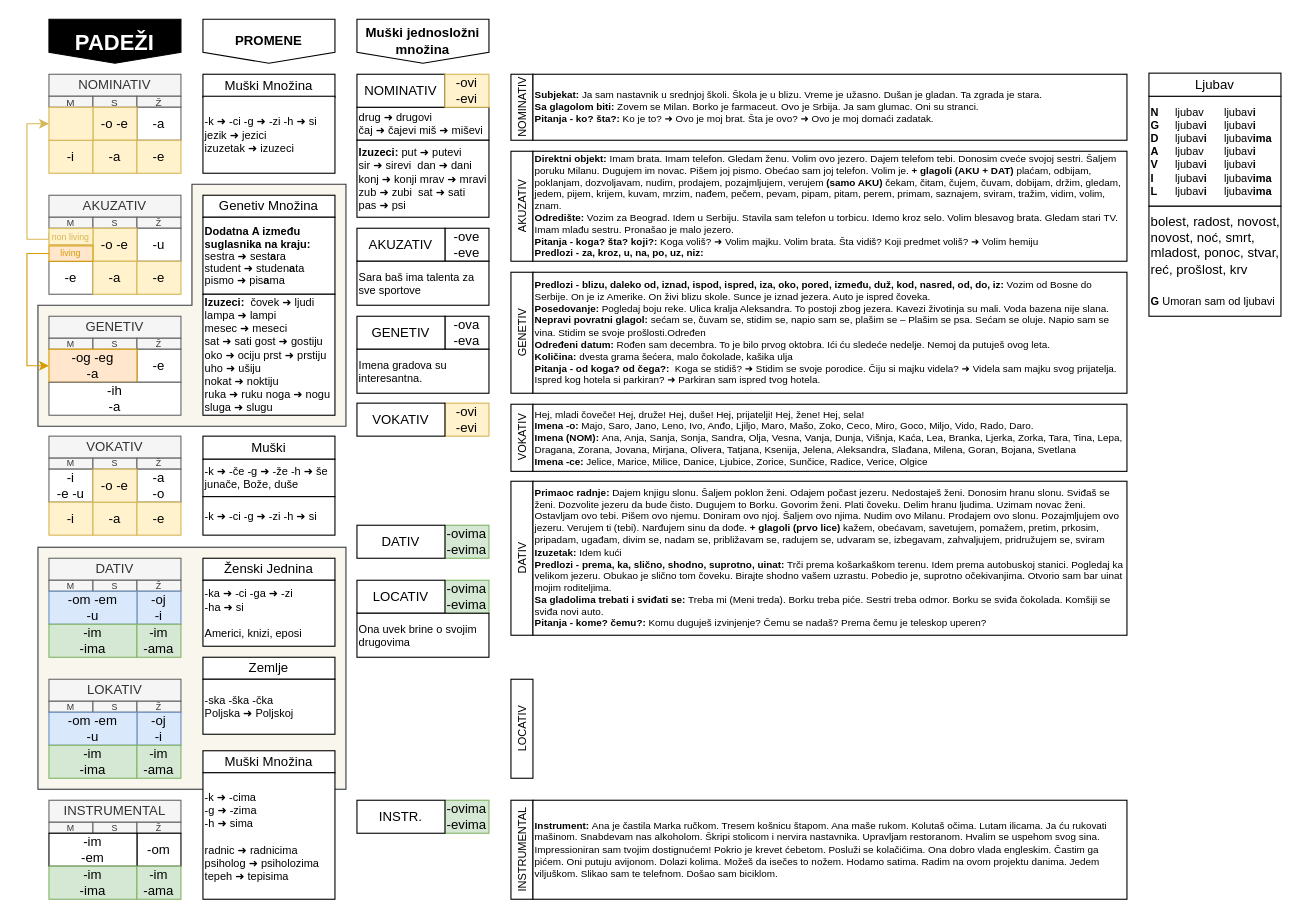
This is padezi.drawio from vlandivir/srpski, a draw.io file, before an edit. Source tidied: cells renumbered, new cells numbered last; positions are measured from the earlier drawing's top-left corner, leaving out a move shared by most shapes. Both pictures are drawn from the tidied source at 110%, with x=0, y=0 at pixel (26, 19).
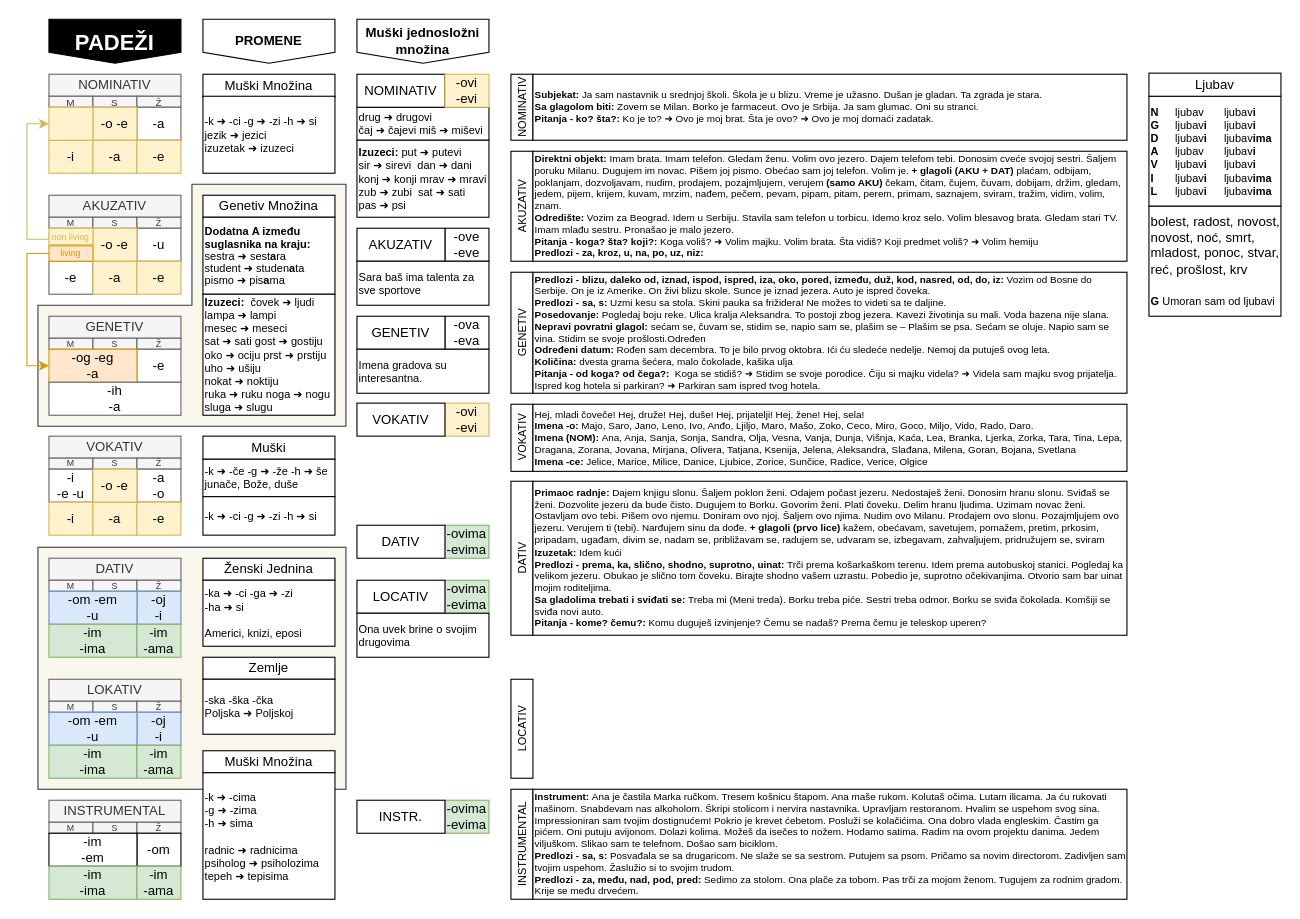
Above is the later version.

The edit, as a diff of the source:
```diff
@@
     <mxCell id="101" value="INSTRUMENTAL" style="rounded=0;whiteSpace=wrap;html=1;fontSize=10;horizontal=0;" parent="1" vertex="1">
-      <mxGeometry x="440" y="710" width="20" height="90" as="geometry" />
+      <mxGeometry x="440" y="700" width="20" height="100" as="geometry" />
     </mxCell>
@@
-    <mxCell id="106" value="&lt;b style=&quot;font-size: 9px;&quot;&gt;Predlozi -&amp;nbsp;&lt;/b&gt;&lt;b&gt;blizu, daleko od, iznad, ispod, ispred, iza, oko, pored, između, duž, kod, nasred, od, do, iz:&lt;/b&gt;&amp;nbsp;Vozim od Bosne do Serbije. On je iz Amerike. On živi blizu skole. Sunce je iznad jezera. Auto je ispred čoveka.&amp;nbsp;&lt;br style=&quot;font-size: 9px;&quot;&gt;&lt;b style=&quot;font-size: 9px;&quot;&gt;Posedovanje: &lt;/b&gt;Pogledaj boju reke. Ulica kralja Aleksandra. To postoji zbog jezera. Kavezi životinja su mali. Voda bazena nije slana.&lt;br style=&quot;font-size: 9px;&quot;&gt;&lt;b style=&quot;font-size: 9px;&quot;&gt;Nepravi povratni glagol: &lt;/b&gt;sećam se, čuvam se, stidim se, napio sam se, plašim se – Plašim se psa. Sećam se oluje. Napio sam se vina. Stidim se svoje prošlosti.Određen&lt;br style=&quot;font-size: 9px;&quot;&gt;&lt;b style=&quot;font-size: 9px;&quot;&gt;Određeni&lt;/b&gt;&amp;nbsp;&lt;b style=&quot;font-size: 9px;&quot;&gt;datum: &lt;/b&gt;Ro&lt;span style=&quot;border-color: var(--border-color); font-size: 9px;&quot;&gt;đen sam decembra. To je bilo prvog oktobra. Ići ću sledeće nedelje. Nemoj da putuješ ovog leta.&lt;br style=&quot;font-size: 9px;&quot;&gt;&lt;/span&gt;&lt;b style=&quot;font-size: 9px;&quot;&gt;Količina:&lt;/b&gt; dvesta grama šećera, malo čokolade, kašika ulja&lt;br style=&quot;font-size: 9px;&quot;&gt;&lt;b style=&quot;font-size: 9px;&quot;&gt;Pitanja - od koga? od čega?:&amp;nbsp; &lt;/b&gt;Koga se stidiš? ➜ Stidim se svoje porodice. Čiju si majku videla? ➜ Videla sam majku svog prijatelja. Ispred kog hotela si parkiran? ➜ Parkiran sam ispred tvog hotela." style="rounded=0;whiteSpace=wrap;html=1;align=left;fontSize=9;" parent="1" vertex="1">
+    <mxCell id="106" value="&lt;b style=&quot;font-size: 9px;&quot;&gt;Predlozi -&amp;nbsp;&lt;/b&gt;&lt;b&gt;blizu, daleko od, iznad, ispod, ispred, iza, oko, pored, između, duž, kod, nasred, od, do, iz:&lt;/b&gt;&amp;nbsp;Vozim od Bosne do Serbije. On je iz Amerike. On živi blizu skole. Sunce je iznad jezera. Auto je ispred čoveka.&amp;nbsp;&lt;br&gt;&lt;b style=&quot;border-color: var(--border-color);&quot;&gt;Predlozi - sa, s: &lt;/b&gt;&lt;span style=&quot;border-color: var(--border-color);&quot;&gt;Uzmi kesu sa stola. Skini pauka sa frižidera! Ne možes to videti sa te daljine.&lt;/span&gt;&lt;b style=&quot;border-color: var(--border-color);&quot;&gt;&amp;nbsp;&lt;/b&gt;&lt;br style=&quot;font-size: 9px;&quot;&gt;&lt;b style=&quot;font-size: 9px;&quot;&gt;Posedovanje: &lt;/b&gt;Pogledaj boju reke. Ulica kralja Aleksandra. To postoji zbog jezera. Kavezi životinja su mali. Voda bazena nije slana.&lt;br style=&quot;font-size: 9px;&quot;&gt;&lt;b style=&quot;font-size: 9px;&quot;&gt;Nepravi povratni glagol: &lt;/b&gt;sećam se, čuvam se, stidim se, napio sam se, plašim se – Plašim se psa. Sećam se oluje. Napio sam se vina. Stidim se svoje prošlosti.Određen&lt;br style=&quot;font-size: 9px;&quot;&gt;&lt;b style=&quot;font-size: 9px;&quot;&gt;Određeni&lt;/b&gt;&amp;nbsp;&lt;b style=&quot;font-size: 9px;&quot;&gt;datum: &lt;/b&gt;Ro&lt;span style=&quot;border-color: var(--border-color); font-size: 9px;&quot;&gt;đen sam decembra. To je bilo prvog oktobra. Ići ću sledeće nedelje. Nemoj da putuješ ovog leta.&lt;br style=&quot;font-size: 9px;&quot;&gt;&lt;/span&gt;&lt;b style=&quot;font-size: 9px;&quot;&gt;Količina:&lt;/b&gt; dvesta grama šećera, malo čokolade, kašika ulja&lt;br style=&quot;font-size: 9px;&quot;&gt;&lt;b style=&quot;font-size: 9px;&quot;&gt;Pitanja - od koga? od čega?:&amp;nbsp; &lt;/b&gt;Koga se stidiš? ➜ Stidim se svoje porodice. Čiju si majku videla? ➜ Videla sam majku svog prijatelja. Ispred kog hotela si parkiran? ➜ Parkiran sam ispred tvog hotela." style="rounded=0;whiteSpace=wrap;html=1;align=left;fontSize=9;" parent="1" vertex="1">
       <mxGeometry x="460" y="230" width="540" height="110" as="geometry" />
     </mxCell>
@@
-    <mxCell id="119" value="&lt;b&gt;Instrument: &lt;/b&gt;Ana je častila Marka ručkom. Tresem košnicu štapom. Ana maše rukom. Kolutaš očima. Lutam ilicama. Ja ću rukovati mašinom. Snabdevam nas alkoholom. Škripi stolicom i nervira nastavnika. Upravljam restoranom. Hvalim se uspehom svog sina. Impressioniran sam tvojim dostignućem! Pokrio je krevet ćebetom. Posluži se kolačićima. Ona dobro vlada engleskim. Častim ga pićem. Oni putuju avijonom. Dolazi kolima. Možeš da isečes to nožem. Hodamo satima. Radim na ovom projektu danima. Jedem viljuškom. Slikao sam te telefnom. Došao sam biciklom." style="rounded=0;whiteSpace=wrap;html=1;align=left;fontSize=9;" parent="1" vertex="1">
-      <mxGeometry x="460" y="710" width="540" height="90" as="geometry" />
+    <mxCell id="119" value="&lt;b&gt;Instrument: &lt;/b&gt;Ana je častila Marka ručkom. Tresem košnicu štapom. Ana maše rukom. Kolutaš očima. Lutam ilicama. Ja ću rukovati mašinom. Snabdevam nas alkoholom. Škripi stolicom i nervira nastavnika. Upravljam restoranom. Hvalim se uspehom svog sina. Impressioniran sam tvojim dostignućem! Pokrio je krevet ćebetom. Posluži se kolačićima. Ona dobro vlada engleskim. Častim ga pićem. Oni putuju avijonom. Dolazi kolima. Možeš da isečes to nožem. Hodamo satima. Radim na ovom projektu danima. Jedem viljuškom. Slikao sam te telefnom. Došao sam biciklom.&lt;div&gt;&lt;b style=&quot;border-color: var(--border-color);&quot;&gt;Predlozi - sa, s: &lt;/b&gt;Posvađala se sa drugaricom. Ne slaže se sa sestrom. Putujem sa psom. Pričamo sa novim directorom. Zadivljen sam tvojim uspehom. Žaslužio si to svojim trudom.&lt;br&gt;&lt;b style=&quot;border-color: var(--border-color);&quot;&gt;Predlozi - za, među, nad, pod, pred&lt;/b&gt;&lt;b style=&quot;border-color: var(--border-color);&quot;&gt;: &lt;/b&gt;Sedimo za stolom. Ona plače za tobom. Pas trči za mojom ženom. Tugujem za rodnim gradom. Krije se među drvećem.&lt;/div&gt;" style="rounded=0;whiteSpace=wrap;html=1;align=left;fontSize=9;" parent="1" vertex="1">
+      <mxGeometry x="460" y="700" width="540" height="100" as="geometry" />
     </mxCell>
```
